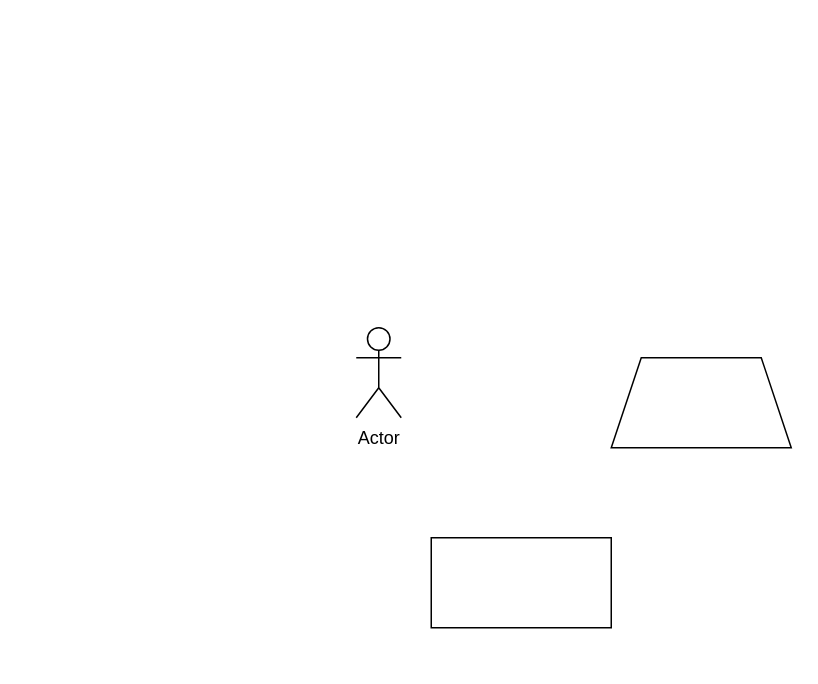
This is KG.drawio from huxinkan517/DRAW.IO, a draw.io file, before an edit. Source tidied: cells renumbered, new cells numbered last; positions are measured from the earlier drawing's top-left corner, leaving out a move shared by most shapes. Both pictures are drawn from the tidied source at 150%, with x=0, y=0 at pixel (356, 327).
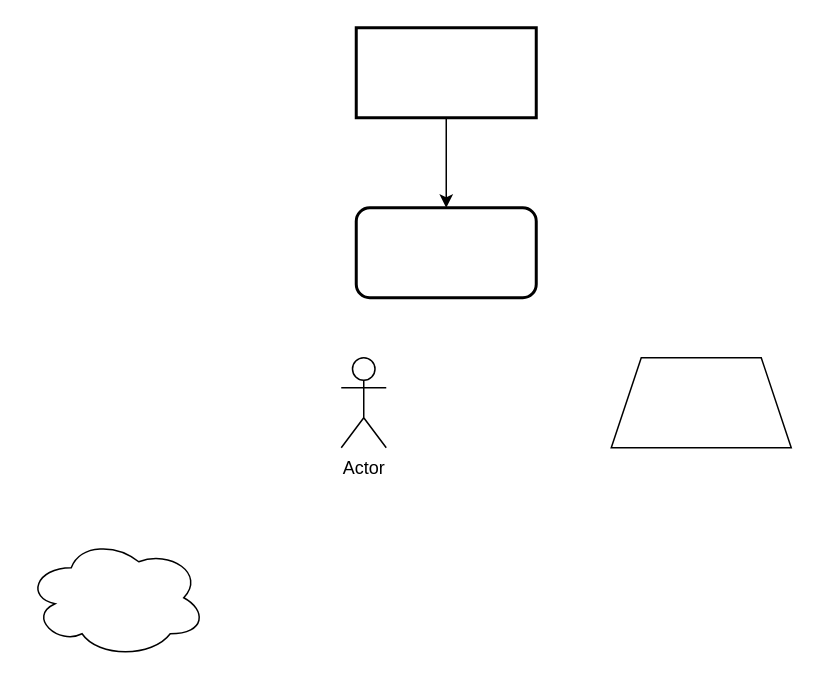
Above is the later version.

The edit, as a diff of the source:
```diff
@@
 <mxGraphModel>
   <root>
     <mxCell id="0" />
     <mxCell id="1" parent="0" />
+    <mxCell id="5" style="edgeStyle=orthogonalEdgeStyle;rounded=0;jettySize=auto;html=1;exitX=0.5;exitY=1;exitDx=0;exitDy=0;entryX=0.5;entryY=0;entryDx=0;entryDy=0;" parent="1" edge="1" source="2" target="7">
+      <mxGeometry relative="1" as="geometry" />
+    </mxCell>
-    <mxCell id="2" style="rounded=0;whiteSpace=wrap;html=1;" parent="1" vertex="1">
-      <mxGeometry x="50" y="140" width="120" height="60" as="geometry" />
+    <mxCell id="2" style="rounded=0;whiteSpace=wrap;html=1;strokeWidth=2;" parent="1" vertex="1">
+      <mxGeometry y="-200" width="120" height="60" as="geometry" />
     </mxCell>
     <mxCell id="3" style="shape=trapezoid;perimeter=trapezoidPerimeter;whiteSpace=wrap;html=1;fixedSize=1;" parent="1" vertex="1">
       <mxGeometry x="170" y="20" width="120" height="60" as="geometry" />
     </mxCell>
     <mxCell id="4" value="Actor" style="shape=umlActor;verticalLabelPosition=bottom;verticalAlign=top;html=1;" parent="1" vertex="1">
-      <mxGeometry width="30" height="60" as="geometry" />
+      <mxGeometry x="-10" y="20" width="30" height="60" as="geometry" />
     </mxCell>
+    <mxCell id="6" style="ellipse;shape=cloud;whiteSpace=wrap;html=1;" parent="1" vertex="1">
+      <mxGeometry x="-220" y="140" width="120" height="80" as="geometry" />
+    </mxCell>
+    <mxCell id="7" style="rounded=1;whiteSpace=wrap;html=1;strokeWidth=2;" parent="1" vertex="1">
+      <mxGeometry y="-80" width="120" height="60" as="geometry" />
+    </mxCell>
   </root>
 </mxGraphModel>
```
